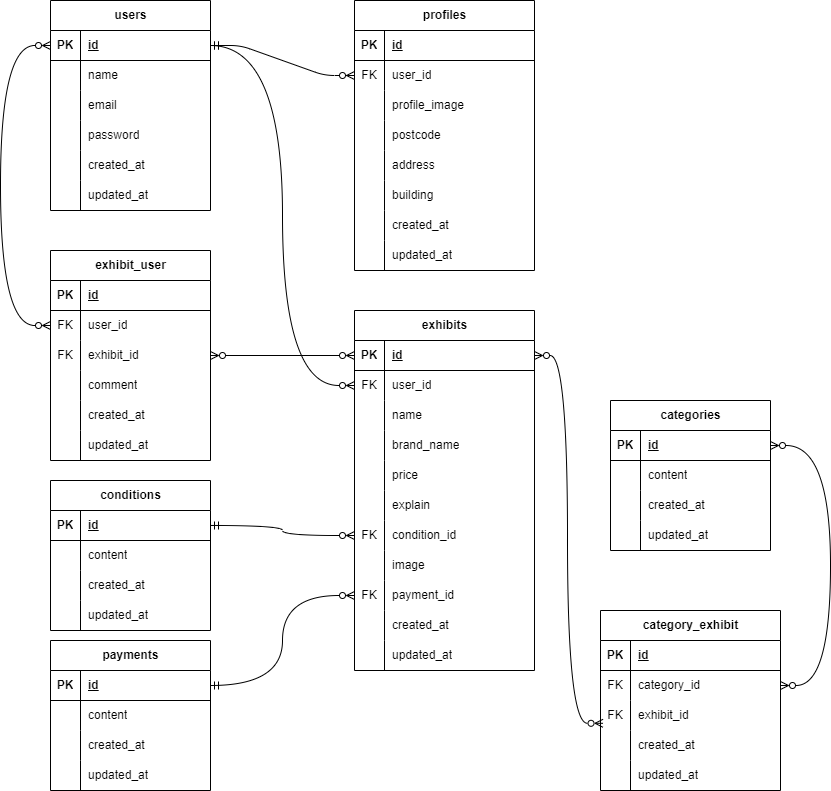
The draw.io diagram ER.drawio.png in torch29/matsumoto-mogikadai1, before a commit. Source tidied: cells renumbered, new cells last; positions are measured from the earlier drawing's top-left corner, leaving out a move shared by most shapes.
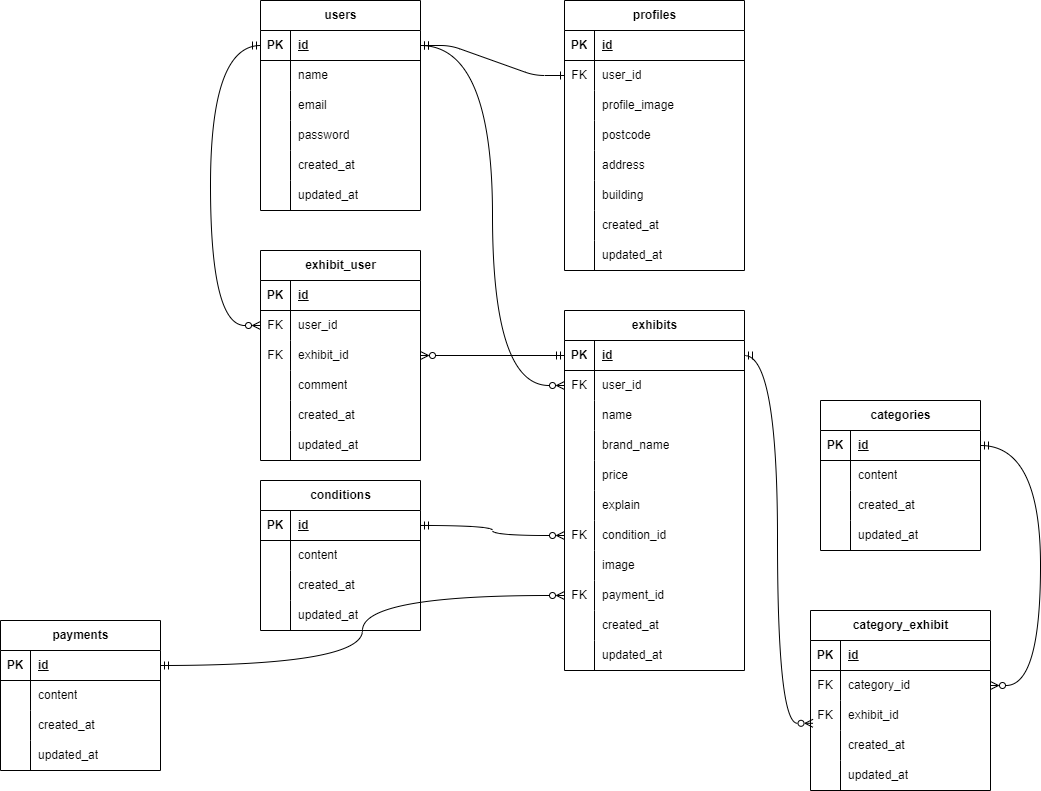
After the change.

What changed in the source:
```diff
@@ -134,7 +134,7 @@
     <mxCell id="45" value="updated_at" style="shape=partialRectangle;fillColor=none;top=0;left=0;bottom=0;right=0;align=left;spacingLeft=6;overflow=hidden;whiteSpace=wrap;html=1;" parent="43" vertex="1">
       <mxGeometry x="30" width="150" height="30" as="geometry" />
     </mxCell>
-    <mxCell id="46" style="edgeStyle=entityRelationEdgeStyle;fontSize=12;html=1;endArrow=ERzeroToMany;startArrow=ERmandOne;exitX=1;exitY=0.5;exitDx=0;exitDy=0;" parent="1" edge="1" source="3" target="25">
+    <mxCell id="46" style="edgeStyle=entityRelationEdgeStyle;fontSize=12;html=1;endArrow=ERone;startArrow=ERmandOne;exitX=1;exitY=0.5;exitDx=0;exitDy=0;endFill=0;" parent="1" edge="1" source="3" target="25">
       <mxGeometry relative="1" as="geometry" />
     </mxCell>
     <mxCell id="47" value="exhibits" style="shape=table;startSize=30;rowLines=0;fontStyle=1;align=center;html=1;" parent="1" vertex="1">
@@ -324,7 +324,7 @@
       <mxGeometry relative="1" as="geometry" />
     </mxCell>
     <mxCell id="109" value="payments" style="shape=table;startSize=30;rowLines=0;fontStyle=1;align=center;html=1;" parent="1" vertex="1">
-      <mxGeometry x="50" y="640" width="160" height="150" as="geometry" />
+      <mxGeometry x="-210" y="620" width="160" height="150" as="geometry" />
     </mxCell>
     <mxCell id="110" style="shape=tableRow;horizontal=0;startSize=0;swimlaneHead=0;swimlaneBody=0;fillColor=none;points=[[0,0.5],[1,0.5]];portConstraint=eastwest;top=0;left=0;right=0;bottom=1;" parent="109" vertex="1">
       <mxGeometry y="30" width="160" height="30" as="geometry" />
@@ -422,15 +422,16 @@
     <mxCell id="141" value="updated_at" style="shape=partialRectangle;fillColor=none;top=0;left=0;bottom=0;right=0;align=left;spacingLeft=6;overflow=hidden;whiteSpace=wrap;html=1;" parent="139" vertex="1">
       <mxGeometry x="30" width="130" height="30" as="geometry" />
     </mxCell>
-    <mxCell id="142" style="edgeStyle=orthogonalEdgeStyle;html=1;exitX=0;exitY=0.5;exitDx=0;exitDy=0;entryX=0;entryY=0.5;entryDx=0;entryDy=0;curved=1;endArrow=ERzeroToMany;endFill=0;startArrow=ERzeroToMany;startFill=0;" parent="1" edge="1" source="3" target="127">
+    <mxCell id="142" style="edgeStyle=orthogonalEdgeStyle;html=1;entryX=0;entryY=0.5;entryDx=0;entryDy=0;curved=1;endArrow=ERzeroToMany;endFill=0;startArrow=ERmandOne;startFill=0;" parent="1" edge="1" target="127">
       <mxGeometry relative="1" as="geometry">
+        <mxPoint x="50" y="45" as="sourcePoint" />
         <Array as="points">
           <mxPoint y="45" />
           <mxPoint y="325" />
         </Array>
       </mxGeometry>
     </mxCell>
-    <mxCell id="143" style="edgeStyle=orthogonalEdgeStyle;html=1;exitX=0;exitY=0.5;exitDx=0;exitDy=0;entryX=1;entryY=0.5;entryDx=0;entryDy=0;curved=1;endArrow=ERzeroToMany;endFill=0;startArrow=ERzeroToMany;startFill=0;" parent="1" edge="1" source="48" target="130">
+    <mxCell id="143" style="edgeStyle=orthogonalEdgeStyle;html=1;exitX=0;exitY=0.5;exitDx=0;exitDy=0;entryX=1;entryY=0.5;entryDx=0;entryDy=0;curved=1;endArrow=ERzeroToMany;endFill=0;startArrow=ERmandOne;startFill=0;" parent="1" edge="1" source="48" target="130">
       <mxGeometry relative="1" as="geometry" />
     </mxCell>
     <mxCell id="144" value="category_exhibit" style="shape=table;startSize=30;rowLines=0;fontStyle=1;align=center;html=1;" parent="1" vertex="1">
@@ -481,10 +482,10 @@
     <mxCell id="159" value="updated_at" style="shape=partialRectangle;fillColor=none;top=0;left=0;bottom=0;right=0;align=left;spacingLeft=6;overflow=hidden;whiteSpace=wrap;html=1;" parent="157" vertex="1">
       <mxGeometry x="30" width="150" height="30" as="geometry" />
     </mxCell>
-    <mxCell id="160" style="edgeStyle=orthogonalEdgeStyle;html=1;exitX=1;exitY=0.5;exitDx=0;exitDy=0;entryX=0.014;entryY=0.76;entryDx=0;entryDy=0;entryPerimeter=0;curved=1;endArrow=ERzeroToMany;endFill=0;startArrow=ERzeroToMany;startFill=0;" parent="1" edge="1" source="48" target="151">
+    <mxCell id="160" style="edgeStyle=orthogonalEdgeStyle;html=1;exitX=1;exitY=0.5;exitDx=0;exitDy=0;entryX=0.014;entryY=0.76;entryDx=0;entryDy=0;entryPerimeter=0;curved=1;endArrow=ERzeroToMany;endFill=0;startArrow=ERmandOne;startFill=0;" parent="1" edge="1" source="48" target="151">
       <mxGeometry relative="1" as="geometry" />
     </mxCell>
-    <mxCell id="161" style="edgeStyle=orthogonalEdgeStyle;html=1;exitX=1;exitY=0.5;exitDx=0;exitDy=0;entryX=1;entryY=0.5;entryDx=0;entryDy=0;curved=1;startArrow=ERzeroToMany;startFill=0;endArrow=ERzeroToMany;endFill=0;" parent="1" edge="1" source="95" target="148">
+    <mxCell id="161" style="edgeStyle=orthogonalEdgeStyle;html=1;exitX=1;exitY=0.5;exitDx=0;exitDy=0;entryX=1;entryY=0.5;entryDx=0;entryDy=0;curved=1;startArrow=ERmandOne;startFill=0;endArrow=ERzeroToMany;endFill=0;" parent="1" edge="1" source="95" target="148">
       <mxGeometry relative="1" as="geometry">
         <Array as="points">
           <mxPoint x="830" y="445" />
```
